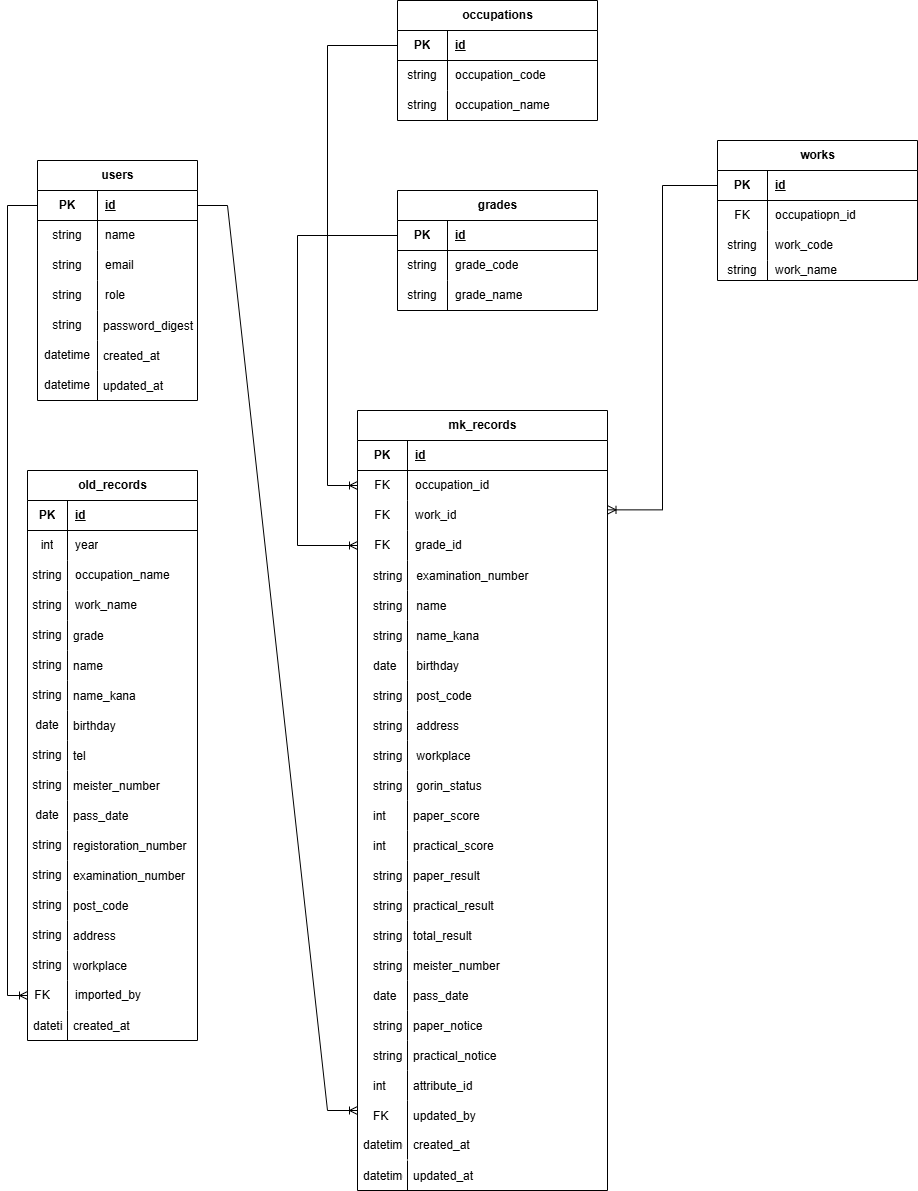
Earlier version of the draw.io export app/assets/images/er.png (Hide47/portfolio). Source tidied: cells renumbered, new cells last; positions are measured from the earlier drawing's top-left corner, leaving out a move shared by most shapes.
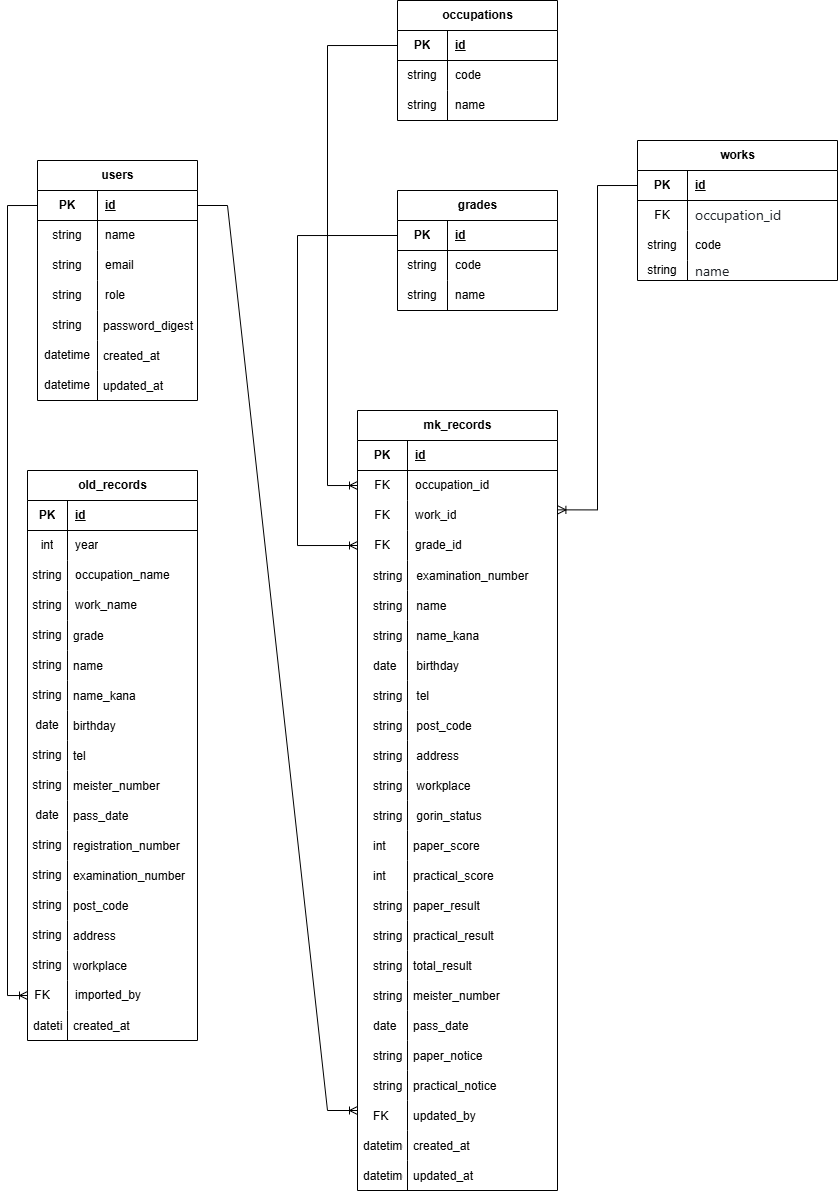
Above is the later version.

Diff of the diagram source:
```diff
@@ -43,3 +43,3 @@
     </mxCell>
-    <mxCell id="15" value="password_digest" style="shape=partialRectangle;fillColor=none;align=left;verticalAlign=middle;strokeColor=none;spacingLeft=34;" parent="1" vertex="1">
+    <mxCell id="15" value="password_digest " style="shape=partialRectangle;fillColor=none;align=left;verticalAlign=middle;strokeColor=none;spacingLeft=34;" parent="1" vertex="1">
       <mxGeometry x="60" y="310" width="90" height="30" as="geometry" />
@@ -142,3 +142,3 @@
     </mxCell>
-    <mxCell id="48" value="registoration_number" style="shape=partialRectangle;fillColor=none;align=left;verticalAlign=middle;strokeColor=none;spacingLeft=34;" parent="1" vertex="1">
+    <mxCell id="48" value="registration_number " style="shape=partialRectangle;fillColor=none;align=left;verticalAlign=middle;strokeColor=none;spacingLeft=34;" parent="1" vertex="1">
       <mxGeometry x="30" y="830" width="90" height="30" as="geometry" />
@@ -245,6 +245,6 @@
     <mxCell id="82" value="grades" style="shape=table;startSize=30;rowLines=0;fontStyle=1;align=center;html=1;" parent="1" vertex="1">
-      <mxGeometry x="390" y="190" width="200" height="120" as="geometry" />
+      <mxGeometry x="390" y="190" width="160" height="120" as="geometry" />
     </mxCell>
     <mxCell id="83" style="shape=tableRow;horizontal=0;startSize=0;swimlaneHead=0;swimlaneBody=0;fillColor=none;points=[[0,0.5],[1,0.5]];portConstraint=eastwest;top=0;left=0;right=0;bottom=1;" parent="82" vertex="1">
-      <mxGeometry y="30" width="200" height="30" as="geometry" />
+      <mxGeometry y="30" width="160" height="30" as="geometry" />
     </mxCell>
@@ -254,6 +254,6 @@
     <mxCell id="85" value="id" style="shape=partialRectangle;fillColor=none;top=0;left=0;bottom=0;right=0;align=left;spacingLeft=6;fontStyle=5;overflow=hidden;whiteSpace=wrap;html=1;" parent="83" vertex="1">
-      <mxGeometry x="50" width="150" height="30" as="geometry" />
+      <mxGeometry x="50" width="110" height="30" as="geometry" />
     </mxCell>
     <mxCell id="86" style="shape=tableRow;horizontal=0;startSize=0;swimlaneHead=0;swimlaneBody=0;fillColor=none;top=0;left=0;right=0;bottom=0;" parent="82" vertex="1">
-      <mxGeometry y="60" width="200" height="30" as="geometry" />
+      <mxGeometry y="60" width="160" height="30" as="geometry" />
     </mxCell>
@@ -262,7 +262,7 @@
     </mxCell>
-    <mxCell id="88" value="grade_code" style="shape=partialRectangle;fillColor=none;top=0;left=0;bottom=0;right=0;align=left;spacingLeft=6;overflow=hidden;whiteSpace=wrap;html=1;" parent="86" vertex="1">
-      <mxGeometry x="50" width="150" height="30" as="geometry" />
+    <mxCell id="88" value="code" style="shape=partialRectangle;fillColor=none;top=0;left=0;bottom=0;right=0;align=left;spacingLeft=6;overflow=hidden;whiteSpace=wrap;html=1;" parent="86" vertex="1">
+      <mxGeometry x="50" width="110" height="30" as="geometry" />
     </mxCell>
     <mxCell id="89" style="shape=tableRow;horizontal=0;startSize=0;swimlaneHead=0;swimlaneBody=0;fillColor=none;top=0;left=0;right=0;bottom=0;" parent="82" vertex="1">
-      <mxGeometry y="90" width="200" height="30" as="geometry" />
+      <mxGeometry y="90" width="160" height="30" as="geometry" />
     </mxCell>
@@ -271,4 +271,4 @@
     </mxCell>
-    <mxCell id="91" value="grade_name" style="shape=partialRectangle;fillColor=none;top=0;left=0;bottom=0;right=0;align=left;spacingLeft=6;overflow=hidden;whiteSpace=wrap;html=1;" parent="89" vertex="1">
-      <mxGeometry x="50" width="150" height="30" as="geometry" />
+    <mxCell id="91" value="name" style="shape=partialRectangle;fillColor=none;top=0;left=0;bottom=0;right=0;align=left;spacingLeft=6;overflow=hidden;whiteSpace=wrap;html=1;" parent="89" vertex="1">
+      <mxGeometry x="50" width="110" height="30" as="geometry" />
     </mxCell>
@@ -278,6 +278,6 @@
     <mxCell id="93" value="occupations" style="shape=table;startSize=30;rowLines=0;fontStyle=1;align=center;html=1;" parent="1" vertex="1">
-      <mxGeometry x="390" width="200" height="120" as="geometry" />
+      <mxGeometry x="390" width="160" height="120" as="geometry" />
     </mxCell>
     <mxCell id="94" style="shape=tableRow;horizontal=0;startSize=0;swimlaneHead=0;swimlaneBody=0;fillColor=none;points=[[0,0.5],[1,0.5]];portConstraint=eastwest;top=0;left=0;right=0;bottom=1;" parent="93" vertex="1">
-      <mxGeometry y="30" width="200" height="30" as="geometry" />
+      <mxGeometry y="30" width="160" height="30" as="geometry" />
     </mxCell>
@@ -287,6 +287,6 @@
     <mxCell id="96" value="id" style="shape=partialRectangle;fillColor=none;top=0;left=0;bottom=0;right=0;align=left;spacingLeft=6;fontStyle=5;overflow=hidden;whiteSpace=wrap;html=1;" parent="94" vertex="1">
-      <mxGeometry x="50" width="150" height="30" as="geometry" />
+      <mxGeometry x="50" width="110" height="30" as="geometry" />
     </mxCell>
     <mxCell id="97" style="shape=tableRow;horizontal=0;startSize=0;swimlaneHead=0;swimlaneBody=0;fillColor=none;top=0;left=0;right=0;bottom=0;" parent="93" vertex="1">
-      <mxGeometry y="60" width="200" height="30" as="geometry" />
+      <mxGeometry y="60" width="160" height="30" as="geometry" />
     </mxCell>
@@ -295,7 +295,7 @@
     </mxCell>
-    <mxCell id="99" value="occupation_code" style="shape=partialRectangle;fillColor=none;top=0;left=0;bottom=0;right=0;align=left;spacingLeft=6;overflow=hidden;whiteSpace=wrap;html=1;" parent="97" vertex="1">
-      <mxGeometry x="50" width="150" height="30" as="geometry" />
+    <mxCell id="99" value="code" style="shape=partialRectangle;fillColor=none;top=0;left=0;bottom=0;right=0;align=left;spacingLeft=6;overflow=hidden;whiteSpace=wrap;html=1;" parent="97" vertex="1">
+      <mxGeometry x="50" width="110" height="30" as="geometry" />
     </mxCell>
     <mxCell id="100" style="shape=tableRow;horizontal=0;startSize=0;swimlaneHead=0;swimlaneBody=0;fillColor=none;top=0;left=0;right=0;bottom=0;" parent="93" vertex="1">
-      <mxGeometry y="90" width="200" height="30" as="geometry" />
+      <mxGeometry y="90" width="160" height="30" as="geometry" />
     </mxCell>
@@ -304,7 +304,7 @@
     </mxCell>
-    <mxCell id="102" value="occupation_name" style="shape=partialRectangle;fillColor=none;top=0;left=0;bottom=0;right=0;align=left;spacingLeft=6;overflow=hidden;whiteSpace=wrap;html=1;" parent="100" vertex="1">
-      <mxGeometry x="50" width="150" height="30" as="geometry" />
+    <mxCell id="102" value="&lt;span style=&quot;background-color: transparent; color: light-dark(rgb(0, 0, 0), rgb(255, 255, 255));&quot;&gt;name&lt;/span&gt;" style="shape=partialRectangle;fillColor=none;top=0;left=0;bottom=0;right=0;align=left;spacingLeft=6;overflow=hidden;whiteSpace=wrap;html=1;" parent="100" vertex="1">
+      <mxGeometry x="50" width="110" height="30" as="geometry" />
     </mxCell>
     <mxCell id="103" value="works" style="shape=table;startSize=30;rowLines=0;fontStyle=1;align=center;html=1;" parent="1" vertex="1">
-      <mxGeometry x="710" y="140" width="200" height="140" as="geometry" />
+      <mxGeometry x="630" y="140" width="200" height="140" as="geometry" />
     </mxCell>
@@ -325,3 +325,3 @@
     </mxCell>
-    <mxCell id="109" value="occupatiopn_id" style="shape=partialRectangle;fillColor=none;top=0;left=0;bottom=0;right=0;align=left;spacingLeft=6;fontStyle=0;overflow=hidden;whiteSpace=wrap;html=1;" parent="107" vertex="1">
+    <mxCell id="109" value="&lt;span style=&quot;color: rgb(31, 35, 40); font-family: &amp;quot;Mona Sans VF&amp;quot;, -apple-system, BlinkMacSystemFont, &amp;quot;Segoe UI&amp;quot;, &amp;quot;Noto Sans&amp;quot;, Helvetica, Arial, sans-serif, &amp;quot;Apple Color Emoji&amp;quot;, &amp;quot;Segoe UI Emoji&amp;quot;; font-size: 14px; background-color: rgb(255, 255, 255);&quot;&gt;occupation_id&amp;nbsp;&lt;/span&gt;" style="shape=partialRectangle;fillColor=none;top=0;left=0;bottom=0;right=0;align=left;spacingLeft=6;fontStyle=0;overflow=hidden;whiteSpace=wrap;html=1;" parent="107" vertex="1">
       <mxGeometry x="50" width="150" height="30" as="geometry" />
@@ -334,3 +334,3 @@
     </mxCell>
-    <mxCell id="112" value="work_code" style="shape=partialRectangle;fillColor=none;top=0;left=0;bottom=0;right=0;align=left;spacingLeft=6;overflow=hidden;whiteSpace=wrap;html=1;" parent="110" vertex="1">
+    <mxCell id="112" value="code" style="shape=partialRectangle;fillColor=none;top=0;left=0;bottom=0;right=0;align=left;spacingLeft=6;overflow=hidden;whiteSpace=wrap;html=1;" parent="110" vertex="1">
       <mxGeometry x="50" width="150" height="30" as="geometry" />
@@ -343,3 +343,3 @@
     </mxCell>
-    <mxCell id="115" value="work_name" style="shape=partialRectangle;fillColor=none;top=0;left=0;bottom=0;right=0;align=left;spacingLeft=6;overflow=hidden;whiteSpace=wrap;html=1;" parent="113" vertex="1">
+    <mxCell id="115" value="&lt;span style=&quot;color: rgb(31, 35, 40); font-family: &amp;quot;Mona Sans VF&amp;quot;, -apple-system, BlinkMacSystemFont, &amp;quot;Segoe UI&amp;quot;, &amp;quot;Noto Sans&amp;quot;, Helvetica, Arial, sans-serif, &amp;quot;Apple Color Emoji&amp;quot;, &amp;quot;Segoe UI Emoji&amp;quot;; font-size: 14px; background-color: rgb(255, 255, 255);&quot;&gt;name&amp;nbsp;&lt;/span&gt;" style="shape=partialRectangle;fillColor=none;top=0;left=0;bottom=0;right=0;align=left;spacingLeft=6;overflow=hidden;whiteSpace=wrap;html=1;" parent="113" vertex="1">
       <mxGeometry x="50" width="150" height="20" as="geometry" />
@@ -347,6 +347,6 @@
     <mxCell id="116" value="mk_records" style="shape=table;startSize=30;rowLines=0;fontStyle=1;align=center;html=1;" parent="1" vertex="1">
-      <mxGeometry x="350" y="410" width="250" height="780" as="geometry" />
+      <mxGeometry x="350" y="410" width="200" height="780" as="geometry" />
     </mxCell>
     <mxCell id="117" style="shape=tableRow;horizontal=0;startSize=0;swimlaneHead=0;swimlaneBody=0;fillColor=none;top=0;left=0;right=0;bottom=1;" parent="116" vertex="1">
-      <mxGeometry y="30" width="250" height="30" as="geometry" />
+      <mxGeometry y="30" width="200" height="30" as="geometry" />
     </mxCell>
@@ -356,6 +356,6 @@
     <mxCell id="119" value="id" style="shape=partialRectangle;fillColor=none;top=0;left=0;bottom=0;right=0;align=left;spacingLeft=6;fontStyle=5;overflow=hidden;whiteSpace=wrap;html=1;" parent="117" vertex="1">
-      <mxGeometry x="50" width="200" height="30" as="geometry" />
+      <mxGeometry x="50" width="150" height="30" as="geometry" />
     </mxCell>
     <mxCell id="120" style="shape=tableRow;horizontal=0;startSize=0;swimlaneHead=0;swimlaneBody=0;fillColor=none;points=[[0,0.5],[1,0.5]];portConstraint=eastwest;top=0;left=0;right=0;bottom=0;" parent="116" vertex="1">
-      <mxGeometry y="60" width="250" height="30" as="geometry" />
+      <mxGeometry y="60" width="200" height="30" as="geometry" />
     </mxCell>
@@ -365,6 +365,6 @@
     <mxCell id="122" value="occupation_id" style="shape=partialRectangle;fillColor=none;top=0;left=0;bottom=0;right=0;align=left;spacingLeft=6;fontStyle=0;overflow=hidden;whiteSpace=wrap;html=1;" parent="120" vertex="1">
-      <mxGeometry x="50" width="200" height="30" as="geometry" />
+      <mxGeometry x="50" width="150" height="30" as="geometry" />
     </mxCell>
     <mxCell id="123" style="shape=tableRow;horizontal=0;startSize=0;swimlaneHead=0;swimlaneBody=0;fillColor=none;points=[[0,0.5],[1,0.5]];portConstraint=eastwest;top=0;left=0;right=0;bottom=0;" parent="116" vertex="1">
-      <mxGeometry y="90" width="250" height="30" as="geometry" />
+      <mxGeometry y="90" width="200" height="30" as="geometry" />
     </mxCell>
@@ -374,6 +374,6 @@
     <mxCell id="125" value="work_id" style="shape=partialRectangle;fillColor=none;top=0;left=0;bottom=0;right=0;align=left;spacingLeft=6;fontStyle=0;overflow=hidden;whiteSpace=wrap;html=1;" parent="123" vertex="1">
-      <mxGeometry x="50" width="200" height="30" as="geometry" />
+      <mxGeometry x="50" width="150" height="30" as="geometry" />
     </mxCell>
     <mxCell id="126" style="shape=tableRow;horizontal=0;startSize=0;swimlaneHead=0;swimlaneBody=0;fillColor=none;points=[[0,0.5],[1,0.5]];portConstraint=eastwest;top=0;left=0;right=0;bottom=0;" parent="116" vertex="1">
-      <mxGeometry y="120" width="250" height="30" as="geometry" />
+      <mxGeometry y="120" width="200" height="30" as="geometry" />
     </mxCell>
@@ -383,3 +383,3 @@
     <mxCell id="128" value="grade_id" style="shape=partialRectangle;fillColor=none;top=0;left=0;bottom=0;right=0;align=left;spacingLeft=6;fontStyle=0;overflow=hidden;whiteSpace=wrap;html=1;" parent="126" vertex="1">
-      <mxGeometry x="50" width="200" height="30" as="geometry" />
+      <mxGeometry x="50" width="150" height="30" as="geometry" />
     </mxCell>
@@ -419,3 +419,3 @@
     <mxCell id="140" value="       post_code" style="shape=partialRectangle;fillColor=none;align=left;verticalAlign=middle;strokeColor=none;spacingLeft=34;" parent="1" vertex="1">
-      <mxGeometry x="350" y="680" width="110" height="30" as="geometry" />
+      <mxGeometry x="350" y="710" width="110" height="30" as="geometry" />
     </mxCell>
@@ -425,3 +425,3 @@
     <mxCell id="142" value="       address" style="shape=partialRectangle;fillColor=none;align=left;verticalAlign=middle;strokeColor=none;spacingLeft=34;" parent="1" vertex="1">
-      <mxGeometry x="350" y="710" width="110" height="30" as="geometry" />
+      <mxGeometry x="350" y="740" width="110" height="30" as="geometry" />
     </mxCell>
@@ -431,3 +431,3 @@
     <mxCell id="144" value="       workplace" style="shape=partialRectangle;fillColor=none;align=left;verticalAlign=middle;strokeColor=none;spacingLeft=34;" parent="1" vertex="1">
-      <mxGeometry x="350" y="740" width="110" height="30" as="geometry" />
+      <mxGeometry x="350" y="770" width="110" height="30" as="geometry" />
     </mxCell>
@@ -437,3 +437,3 @@
     <mxCell id="146" value="    gorin_status" style="shape=partialRectangle;fillColor=none;align=left;verticalAlign=middle;strokeColor=none;spacingLeft=34;" parent="1" vertex="1">
-      <mxGeometry x="360" y="770" width="100" height="30" as="geometry" />
+      <mxGeometry x="360" y="800" width="100" height="30" as="geometry" />
     </mxCell>
@@ -443,3 +443,3 @@
     <mxCell id="148" value="paper_score" style="shape=partialRectangle;fillColor=none;align=left;verticalAlign=middle;strokeColor=none;spacingLeft=34;" parent="1" vertex="1">
-      <mxGeometry x="370" y="800" width="90" height="30" as="geometry" />
+      <mxGeometry x="370" y="830" width="90" height="30" as="geometry" />
     </mxCell>
@@ -449,3 +449,3 @@
     <mxCell id="150" value="practical_score" style="shape=partialRectangle;fillColor=none;align=left;verticalAlign=middle;strokeColor=none;spacingLeft=34;" parent="1" vertex="1">
-      <mxGeometry x="370" y="830" width="90" height="30" as="geometry" />
+      <mxGeometry x="370" y="860" width="90" height="30" as="geometry" />
     </mxCell>
@@ -455,3 +455,3 @@
     <mxCell id="152" value="paper_result" style="shape=partialRectangle;fillColor=none;align=left;verticalAlign=middle;strokeColor=none;spacingLeft=34;" parent="1" vertex="1">
-      <mxGeometry x="370" y="860" width="90" height="30" as="geometry" />
+      <mxGeometry x="370" y="890" width="90" height="30" as="geometry" />
     </mxCell>
@@ -461,3 +461,3 @@
     <mxCell id="154" value="practical_result" style="shape=partialRectangle;fillColor=none;align=left;verticalAlign=middle;strokeColor=none;spacingLeft=34;" parent="1" vertex="1">
-      <mxGeometry x="370" y="890" width="90" height="30" as="geometry" />
+      <mxGeometry x="370" y="920" width="90" height="30" as="geometry" />
     </mxCell>
@@ -467,3 +467,3 @@
     <mxCell id="156" value="total_result" style="shape=partialRectangle;fillColor=none;align=left;verticalAlign=middle;strokeColor=none;spacingLeft=34;" parent="1" vertex="1">
-      <mxGeometry x="370" y="920" width="90" height="30" as="geometry" />
+      <mxGeometry x="370" y="950" width="90" height="30" as="geometry" />
     </mxCell>
@@ -472,4 +472,4 @@
     </mxCell>
-    <mxCell id="158" value="meister_number" style="shape=partialRectangle;fillColor=none;align=left;verticalAlign=middle;strokeColor=none;spacingLeft=34;" parent="1" vertex="1">
-      <mxGeometry x="370" y="950" width="90" height="30" as="geometry" />
+    <mxCell id="158" value="meister_number " style="shape=partialRectangle;fillColor=none;align=left;verticalAlign=middle;strokeColor=none;spacingLeft=34;" parent="1" vertex="1">
+      <mxGeometry x="370" y="980" width="90" height="30" as="geometry" />
     </mxCell>
@@ -479,3 +479,3 @@
     <mxCell id="160" value="pass_date" style="shape=partialRectangle;fillColor=none;align=left;verticalAlign=middle;strokeColor=none;spacingLeft=34;" parent="1" vertex="1">
-      <mxGeometry x="370" y="980" width="90" height="30" as="geometry" />
+      <mxGeometry x="370" y="1010" width="90" height="30" as="geometry" />
     </mxCell>
@@ -485,3 +485,3 @@
     <mxCell id="162" value="paper_notice" style="shape=partialRectangle;fillColor=none;align=left;verticalAlign=middle;strokeColor=none;spacingLeft=34;" parent="1" vertex="1">
-      <mxGeometry x="370" y="1010" width="90" height="30" as="geometry" />
+      <mxGeometry x="370" y="1040" width="90" height="30" as="geometry" />
     </mxCell>
@@ -491,3 +491,3 @@
     <mxCell id="164" value="practical_notice" style="shape=partialRectangle;fillColor=none;align=left;verticalAlign=middle;strokeColor=none;spacingLeft=34;" parent="1" vertex="1">
-      <mxGeometry x="370" y="1040" width="90" height="30" as="geometry" />
+      <mxGeometry x="370" y="1070" width="90" height="30" as="geometry" />
     </mxCell>
@@ -496,8 +496,2 @@
     </mxCell>
-    <mxCell id="166" value="attribute_id" style="shape=partialRectangle;fillColor=none;align=left;verticalAlign=middle;strokeColor=none;spacingLeft=34;" parent="1" vertex="1">
-      <mxGeometry x="370" y="1070" width="90" height="30" as="geometry" />
-    </mxCell>
-    <mxCell id="167" value="int" style="shape=partialRectangle;top=0;left=0;bottom=0;fillColor=none;stokeWidth=1;align=left;verticalAlign=middle;spacingLeft=4;spacingRight=4;overflow=hidden;" parent="166" vertex="1">
-      <mxGeometry x="-10" width="40" height="30" as="geometry" />
-    </mxCell>
     <mxCell id="168" value="   updated_by" style="shape=partialRectangle;fillColor=none;align=left;verticalAlign=middle;strokeColor=none;spacingLeft=34;" parent="1" vertex="1">
@@ -509,3 +503,3 @@
     <mxCell id="170" value="created_at" style="shape=partialRectangle;fillColor=none;align=left;verticalAlign=middle;strokeColor=none;spacingLeft=34;" parent="1" vertex="1">
-      <mxGeometry x="370" y="1129" width="90" height="30" as="geometry" />
+      <mxGeometry x="370" y="1130" width="90" height="30" as="geometry" />
     </mxCell>
@@ -552,2 +546,8 @@
     </mxCell>
+    <mxCell id="179" value="       tel" style="shape=partialRectangle;fillColor=none;align=left;verticalAlign=middle;strokeColor=none;spacingLeft=34;" parent="1" vertex="1">
+      <mxGeometry x="350" y="680" width="110" height="30" as="geometry" />
+    </mxCell>
+    <mxCell id="180" value="string" style="shape=partialRectangle;top=0;left=0;bottom=0;fillColor=none;stokeWidth=1;align=left;verticalAlign=middle;spacingLeft=4;spacingRight=4;overflow=hidden;" parent="179" vertex="1">
+      <mxGeometry x="10" width="40" height="30" as="geometry" />
+    </mxCell>
   </root>
```
